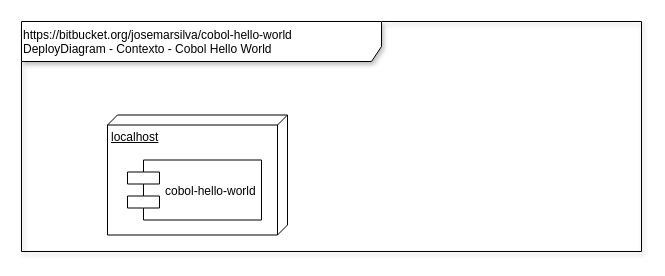
Above: doc/DeployDiagram-Context.drawio in josemarsilva/cobol-hello-world (draw.io), before the change. Source tidied: cells renumbered, new cells numbered last; positions are measured from the earlier drawing's top-left corner, leaving out a move shared by most shapes. Both pictures are drawn from the tidied source at 100%, with x=0, y=0 at pixel (21, 21).
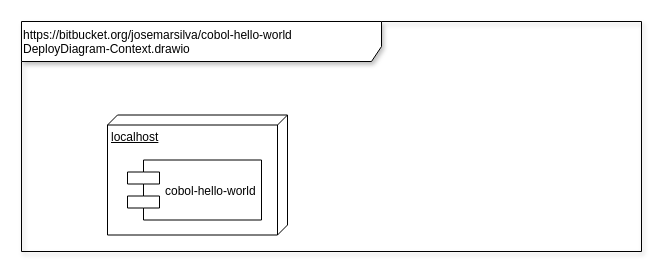
The same diagram, later.

Diff of the diagram source:
```diff
@@
 <mxGraphModel background="#ffffff">
   <root>
     <mxCell id="0" />
     <mxCell id="1" parent="0" />
-    <mxCell id="2" value="https://bitbucket.org/josemarsilva/cobol-hello-world&lt;br&gt;DeployDiagram - Contexto - Cobol Hello World" style="shape=umlFrame;whiteSpace=wrap;html=1;shadow=1;width=360;height=40;align=left;verticalAlign=top;" parent="1" vertex="1">
+    <mxCell id="2" value="https://bitbucket.org/josemarsilva/cobol-hello-world&lt;br&gt;DeployDiagram-Context.drawio" style="shape=umlFrame;whiteSpace=wrap;html=1;shadow=1;width=360;height=40;align=left;verticalAlign=top;" parent="1" vertex="1">
       <mxGeometry width="620" height="230" as="geometry" />
     </mxCell>
     <mxCell id="3" value="localhost" style="verticalAlign=top;align=left;spacingTop=8;spacingLeft=2;spacingRight=12;shape=cube;size=10;direction=south;fontStyle=4;html=1;" parent="1" vertex="1">
       <mxGeometry x="86" y="93.5" width="180" height="120" as="geometry" />
     </mxCell>
     <mxCell id="4" value="cobol-hello-world" style="shape=component;align=left;spacingLeft=36;" parent="1" vertex="1">
       <mxGeometry x="106" y="138.5" width="134" height="60" as="geometry" />
     </mxCell>
     <mxCell id="5" parent="0" />
   </root>
 </mxGraphModel>
```
